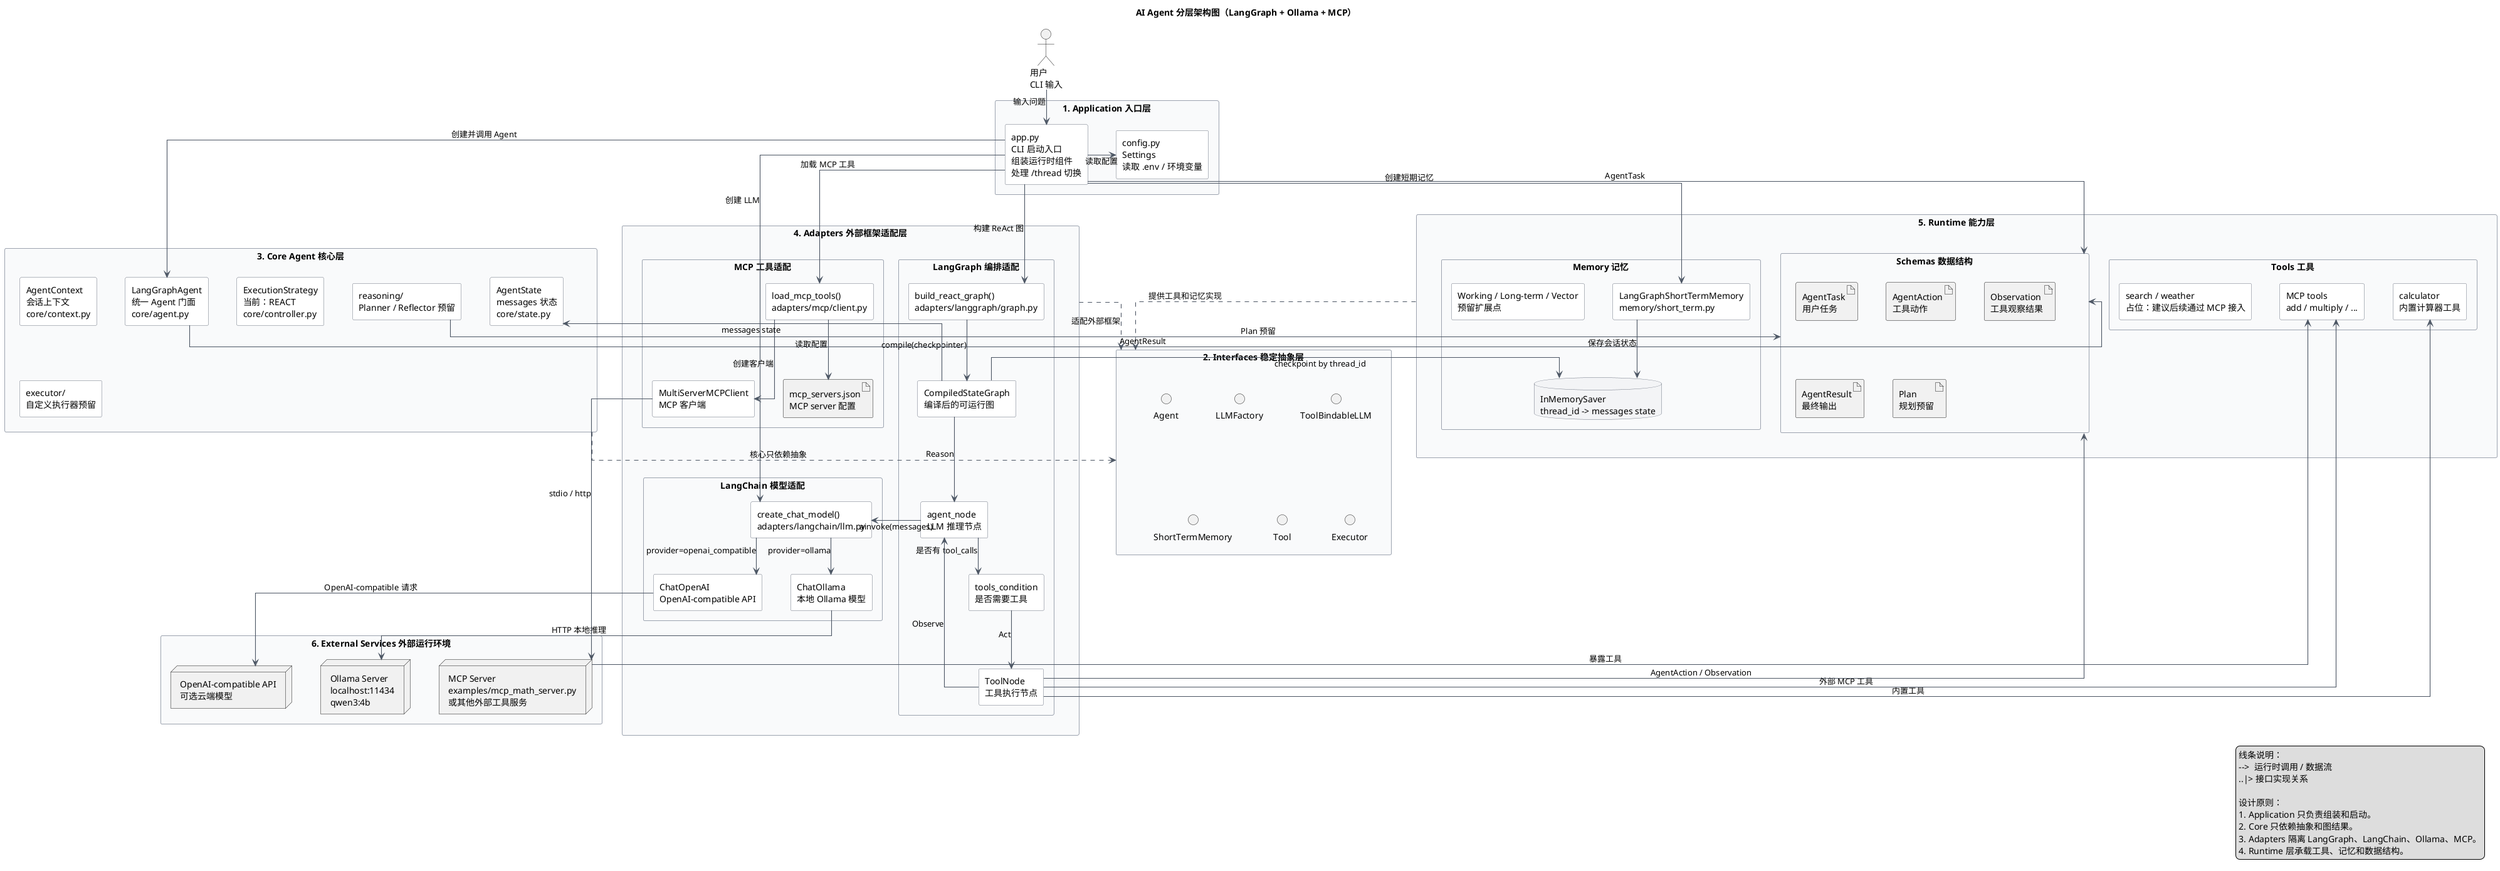
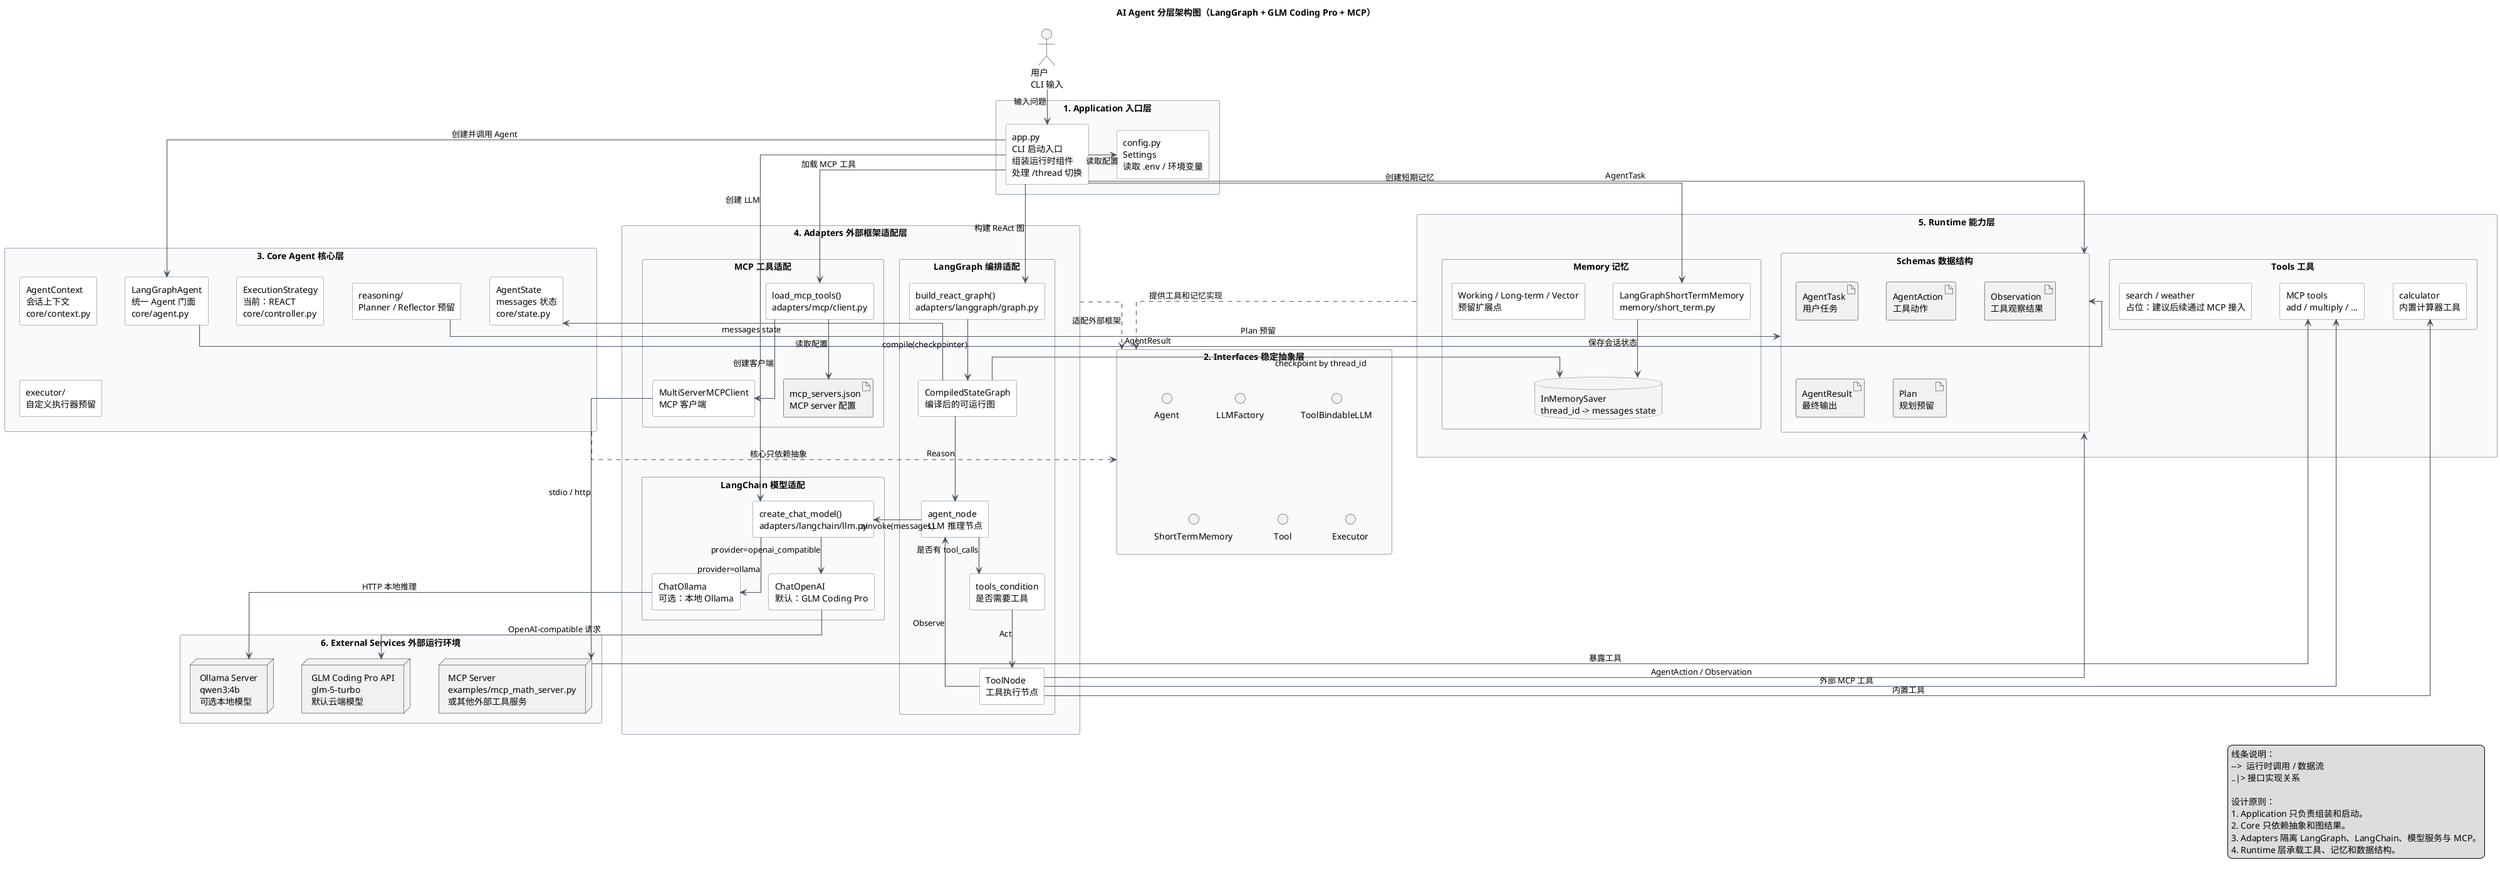
@startuml
- title AI Agent 分层架构图（LangGraph + Ollama + MCP）
+ title AI Agent 分层架构图（LangGraph + GLM Coding Pro + MCP）

top to bottom direction

skinparam shadowing false
skinparam packageStyle rectangle
skinparam componentStyle rectangle
skinparam linetype ortho
skinparam nodesep 45
skinparam ranksep 55
skinparam defaultFontName Microsoft YaHei
skinparam ArrowColor #4B5563
skinparam ArrowThickness 1.1
skinparam PackageBorderColor #9CA3AF
skinparam PackageBackgroundColor #F9FAFB
skinparam ComponentBorderColor #6B7280
skinparam ComponentBackgroundColor #FFFFFF
skinparam DatabaseBorderColor #6B7280
skinparam DatabaseBackgroundColor #F3F4F6
skinparam NoteBorderColor #D97706
skinparam NoteBackgroundColor #FFFBEB

actor "用户\nCLI 输入" as User

package "1. Application 入口层" as ApplicationLayer {
  component "app.py\nCLI 启动入口\n组装运行时组件\n处理 /thread 切换" as App
  component "config.py\nSettings\n读取 .env / 环境变量" as Settings
}

package "2. Interfaces 稳定抽象层" as InterfaceLayer {
  interface "Agent" as IAgent
  interface "LLMFactory" as ILLMFactory
  interface "ToolBindableLLM" as IToolBindableLLM
  interface "ShortTermMemory" as IShortTermMemory
  interface "Tool" as ITool
  interface "Executor" as IExecutor
}

package "3. Core Agent 核心层" as CoreLayer {
  component "LangGraphAgent\n统一 Agent 门面\ncore/agent.py" as CoreAgent
  component "AgentContext\n会话上下文\ncore/context.py" as AgentContext
  component "AgentState\nmessages 状态\ncore/state.py" as AgentState
  component "ExecutionStrategy\n当前：REACT\ncore/controller.py" as Strategy
  component "reasoning/\nPlanner / Reflector 预留" as Reasoning
  component "executor/\n自定义执行器预留" as CoreExecutor
}

package "4. Adapters 外部框架适配层" as AdapterLayer {
  package "LangGraph 编排适配" as LangGraphAdapter {
    component "build_react_graph()\nadapters/langgraph/graph.py" as GraphBuilder
    component "CompiledStateGraph\n编译后的可运行图" as CompiledGraph
    component "agent_node\nLLM 推理节点" as AgentNode
    component "tools_condition\n是否需要工具" as ToolsCondition
    component "ToolNode\n工具执行节点" as ToolNode
  }

  package "LangChain 模型适配" as ModelAdapter {
    component "create_chat_model()\nadapters/langchain/llm.py" as ModelFactory
-     component "ChatOllama\n本地 Ollama 模型" as ChatOllama
-     component "ChatOpenAI\nOpenAI-compatible API" as ChatOpenAI
+     component "ChatOpenAI\n默认：GLM Coding Pro" as ChatOpenAI
+     component "ChatOllama\n可选：本地 Ollama" as ChatOllama
  }

  package "MCP 工具适配" as MCPAdapter {
    component "load_mcp_tools()\nadapters/mcp/client.py" as MCPLoader
    component "MultiServerMCPClient\nMCP 客户端" as MCPClient
    artifact "mcp_servers.json\nMCP server 配置" as MCPConfig
  }
}

package "5. Runtime 能力层" as RuntimeLayer {
  package "Tools 工具" as ToolsLayer {
    component "calculator\n内置计算器工具" as Calculator
    component "search / weather\n占位：建议后续通过 MCP 接入" as ToolPlaceholders
    component "MCP tools\nadd / multiply / ..." as MCPTools
  }

  package "Memory 记忆" as MemoryLayer {
    component "LangGraphShortTermMemory\nmemory/short_term.py" as ShortMemory
    database "InMemorySaver\nthread_id -> messages state" as InMemorySaver
    component "Working / Long-term / Vector\n预留扩展点" as FutureMemory
  }

  package "Schemas 数据结构" as SchemaLayer {
    artifact "AgentTask\n用户任务" as AgentTask
    artifact "AgentAction\n工具动作" as AgentAction
    artifact "Observation\n工具观察结果" as Observation
    artifact "AgentResult\n最终输出" as AgentResult
    artifact "Plan\n规划预留" as Plan
  }
}

package "6. External Services 外部运行环境" as ExternalLayer {
-   node "Ollama Server\nlocalhost:11434\nqwen3:4b" as OllamaServer
-   node "OpenAI-compatible API\n可选云端模型" as OpenAIAPI
+   node "GLM Coding Pro API\nglm-5-turbo\n默认云端模型" as GLMAPI
+   node "Ollama Server\nqwen3:4b\n可选本地模型" as OllamaServer
  node "MCP Server\nexamples/mcp_math_server.py\n或其他外部工具服务" as MCPServer
}

' 主启动流程和调用流程。
User -down-> App : 输入问题
App -right-> Settings : 读取配置
App -down-> CoreAgent : 创建并调用 Agent

' 层级级别的契约依赖，避免过多细碎连线。
CoreLayer ..> InterfaceLayer : 核心只依赖抽象
AdapterLayer ..> InterfaceLayer : 适配外部框架
RuntimeLayer ..> InterfaceLayer : 提供工具和记忆实现

' app.py 中的运行时组装关系。
App -down-> GraphBuilder : 构建 ReAct 图
App -down-> ModelFactory : 创建 LLM
App -down-> MCPLoader : 加载 MCP 工具
App -down-> ShortMemory : 创建短期记忆

' LangGraph 内部 ReAct 循环。
GraphBuilder -down-> CompiledGraph : compile(checkpointer)
CompiledGraph -down-> AgentNode : Reason
AgentNode -down-> ToolsCondition : 是否有 tool_calls
ToolsCondition -down-> ToolNode : Act
ToolNode -up-> AgentNode : Observe

' 模型提供方路由。
AgentNode -right-> ModelFactory : ainvoke(messages)
ModelFactory -down-> ChatOllama : provider=ollama
ModelFactory -down-> ChatOpenAI : provider=openai_compatible
ChatOllama -down-> OllamaServer : HTTP 本地推理
- ChatOpenAI -down-> OpenAIAPI : OpenAI-compatible 请求
+ ChatOpenAI -down-> GLMAPI : OpenAI-compatible 请求

' 工具路由。
ToolNode -right-> Calculator : 内置工具
ToolNode -right-> MCPTools : 外部 MCP 工具
MCPLoader -down-> MCPConfig : 读取配置
MCPLoader -down-> MCPClient : 创建客户端
MCPClient -down-> MCPServer : stdio / http
MCPServer -up-> MCPTools : 暴露工具

' 记忆和 schema 使用关系。
ShortMemory -down-> InMemorySaver : 保存会话状态
CompiledGraph -left-> InMemorySaver : checkpoint by thread_id
CompiledGraph -left-> AgentState : messages state
App -left-> SchemaLayer : AgentTask
CoreAgent -left-> SchemaLayer : AgentResult
ToolNode -left-> SchemaLayer : AgentAction / Observation
Reasoning -left-> SchemaLayer : Plan 预留

legend right
  线条说明：
  -->  运行时调用 / 数据流
  ..|> 接口实现关系

  设计原则：
  1. Application 只负责组装和启动。
  2. Core 只依赖抽象和图结果。
-   3. Adapters 隔离 LangGraph、LangChain、Ollama、MCP。
+   3. Adapters 隔离 LangGraph、LangChain、模型服务与 MCP。
  4. Runtime 层承载工具、记忆和数据结构。
endlegend

@enduml
